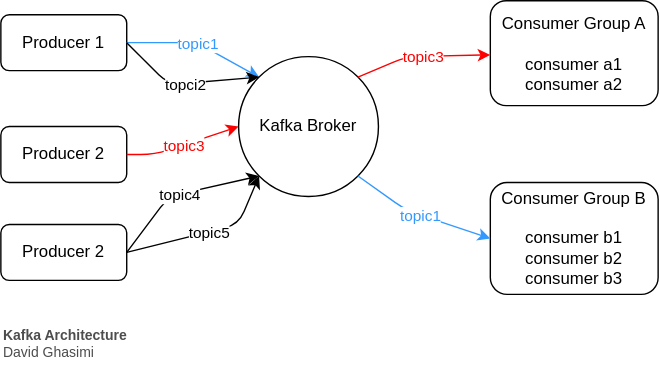
Above: kafka.drawio.svg in ghasimi/kafka (draw.io), before the change. Source tidied: cells renumbered, new cells last; positions are measured from the earlier drawing's top-left corner, leaving out a move shared by most shapes. Source of this version:
```xml
<mxGraphModel>
  <root>
    <mxCell id="0" />
    <mxCell id="1" parent="0" />
    <mxCell id="2" value="Producer 1" style="rounded=1;whiteSpace=wrap;html=1;" parent="1" vertex="1">
      <mxGeometry y="10" width="90" height="40" as="geometry" />
    </mxCell>
    <mxCell id="3" value="Producer 2" style="rounded=1;whiteSpace=wrap;html=1;" parent="1" vertex="1">
      <mxGeometry y="90" width="90" height="40" as="geometry" />
    </mxCell>
    <mxCell id="4" style="endArrow=classic;html=1;exitX=1;exitY=0.5;exitDx=0;exitDy=0;entryX=0;entryY=0;entryDx=0;entryDy=0;fillColor=#0050ef;strokeColor=#3399FF;" parent="1" edge="1" source="2" target="14">
      <mxGeometry relative="1" as="geometry">
        <Array as="points">
          <mxPoint x="140" y="30" />
        </Array>
      </mxGeometry>
    </mxCell>
    <mxCell id="5" value="topic1" style="edgeLabel;html=1;align=center;verticalAlign=middle;fontColor=#3399FF;" parent="4" vertex="1">
      <mxGeometry relative="1" as="geometry" />
    </mxCell>
    <mxCell id="6" style="endArrow=classic;html=1;exitX=1;exitY=0.5;exitDx=0;exitDy=0;entryX=0;entryY=0.5;entryDx=0;entryDy=0;strokeColor=#FF0000;" parent="1" edge="1" source="3" target="14">
      <mxGeometry relative="1" as="geometry">
        <Array as="points">
          <mxPoint x="110" y="110" />
        </Array>
      </mxGeometry>
    </mxCell>
    <mxCell id="7" value="topic3" style="edgeLabel;html=1;align=center;verticalAlign=middle;fontColor=#FF0000;" parent="6" vertex="1">
      <mxGeometry relative="1" as="geometry" />
    </mxCell>
    <mxCell id="8" style="endArrow=classic;html=1;exitX=1;exitY=0.5;exitDx=0;exitDy=0;entryX=0;entryY=0;entryDx=0;entryDy=0;" parent="1" edge="1" source="2" target="14">
      <mxGeometry relative="1" as="geometry">
        <Array as="points">
          <mxPoint x="120" y="60" />
        </Array>
      </mxGeometry>
    </mxCell>
    <mxCell id="9" value="topci2" style="edgeLabel;html=1;align=center;verticalAlign=middle;" parent="8" vertex="1">
      <mxGeometry relative="1" as="geometry" />
    </mxCell>
    <mxCell id="10" value="Consumer Group A&lt;br&gt;&lt;br&gt;consumer a1&lt;br&gt;consumer a2" style="rounded=1;whiteSpace=wrap;html=1;verticalAlign=middle;" parent="1" vertex="1">
      <mxGeometry x="350" width="120" height="75" as="geometry" />
    </mxCell>
    <mxCell id="11" value="Producer 2" style="rounded=1;whiteSpace=wrap;html=1;" parent="1" vertex="1">
      <mxGeometry y="160" width="90" height="40" as="geometry" />
    </mxCell>
    <mxCell id="12" style="endArrow=classic;html=1;entryX=0;entryY=1;entryDx=0;entryDy=0;" parent="1" edge="1" target="14">
      <mxGeometry relative="1" as="geometry">
        <mxPoint x="90" y="180" as="sourcePoint" />
        <Array as="points">
          <mxPoint x="120" y="140" />
        </Array>
      </mxGeometry>
    </mxCell>
    <mxCell id="13" value="topic4" style="edgeLabel;html=1;align=center;verticalAlign=middle;" parent="12" vertex="1">
      <mxGeometry relative="1" as="geometry" />
    </mxCell>
    <mxCell id="14" value="Kafka Broker" style="ellipse;whiteSpace=wrap;html=1;" parent="1" vertex="1">
      <mxGeometry x="170" y="40" width="100" height="100" as="geometry" />
    </mxCell>
    <mxCell id="15" style="endArrow=classic;html=1;entryX=0;entryY=1;entryDx=0;entryDy=0;exitX=1;exitY=0.5;exitDx=0;exitDy=0;" parent="1" edge="1" source="11" target="14">
      <mxGeometry relative="1" as="geometry">
        <Array as="points">
          <mxPoint x="170" y="160" />
        </Array>
      </mxGeometry>
    </mxCell>
    <mxCell id="16" value="topic5" style="edgeLabel;html=1;align=center;verticalAlign=middle;" parent="15" vertex="1">
      <mxGeometry relative="1" as="geometry" />
    </mxCell>
    <mxCell id="17" value="Consumer Group B&lt;br&gt;&lt;br&gt;consumer b1&lt;br&gt;consumer b2&lt;br&gt;consumer b3" style="rounded=1;whiteSpace=wrap;html=1;verticalAlign=middle;" parent="1" vertex="1">
      <mxGeometry x="350" y="130" width="120" height="80" as="geometry" />
    </mxCell>
    <mxCell id="18" style="endArrow=classic;html=1;exitX=1;exitY=0;exitDx=0;exitDy=0;strokeColor=#FF0000;" parent="1" edge="1" source="14" target="10">
      <mxGeometry relative="1" as="geometry">
        <Array as="points">
          <mxPoint x="290" y="40" />
        </Array>
      </mxGeometry>
    </mxCell>
    <mxCell id="19" value="topic3" style="edgeLabel;html=1;align=center;verticalAlign=middle;fontColor=#FF0000;" parent="18" vertex="1">
      <mxGeometry relative="1" as="geometry" />
    </mxCell>
    <mxCell id="20" style="endArrow=classic;html=1;exitX=1;exitY=1;exitDx=0;exitDy=0;entryX=0;entryY=0.5;entryDx=0;entryDy=0;strokeColor=#3399FF;" parent="1" edge="1" source="14" target="17">
      <mxGeometry relative="1" as="geometry">
        <Array as="points">
          <mxPoint x="290" y="150" />
        </Array>
      </mxGeometry>
    </mxCell>
    <mxCell id="21" value="topic1" style="edgeLabel;html=1;align=center;verticalAlign=middle;fontColor=#3399FF;" parent="20" vertex="1">
      <mxGeometry relative="1" as="geometry" />
    </mxCell>
    <mxCell id="22" value="&lt;b&gt;Kafka Architecture&lt;br&gt;&lt;/b&gt;David Ghasimi" style="text;html=1;strokeColor=none;fillColor=none;align=left;verticalAlign=middle;whiteSpace=wrap;rounded=0;fontColor=#4D4D4D;fontSize=10;" parent="1" vertex="1">
      <mxGeometry y="230" width="160" height="30" as="geometry" />
    </mxCell>
  </root>
</mxGraphModel>
```
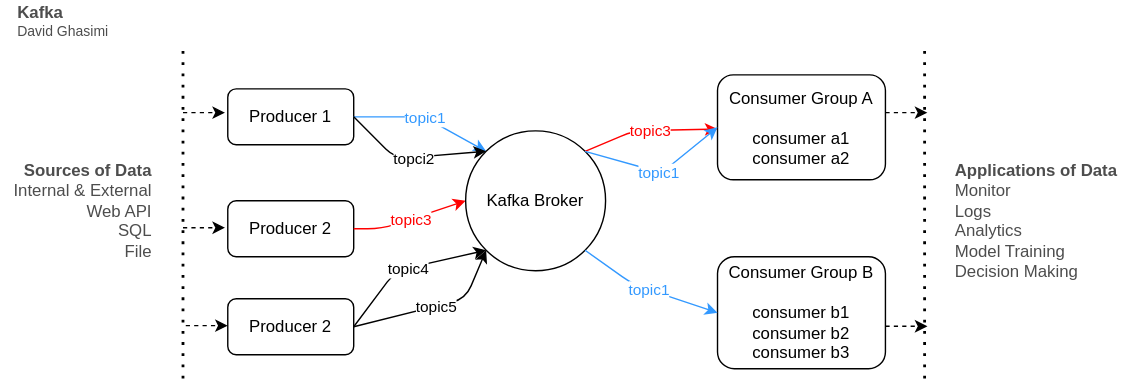
The same diagram one commit later.

Commit message:
Update kafka architecture diagram

Diff of the diagram source:
```diff
@@ -91,8 +91,65 @@
     <mxCell id="21" value="topic1" style="edgeLabel;html=1;align=center;verticalAlign=middle;fontColor=#3399FF;" parent="20" vertex="1">
       <mxGeometry relative="1" as="geometry" />
     </mxCell>
-    <mxCell id="22" value="&lt;b&gt;Kafka Architecture&lt;br&gt;&lt;/b&gt;David Ghasimi" style="text;html=1;strokeColor=none;fillColor=none;align=left;verticalAlign=middle;whiteSpace=wrap;rounded=0;fontColor=#4D4D4D;fontSize=10;" parent="1" vertex="1">
-      <mxGeometry y="230" width="160" height="30" as="geometry" />
+    <mxCell id="22" value="&lt;b style=&quot;font-size: 12px;&quot;&gt;Kafka&lt;br&gt;&lt;/b&gt;David Ghasimi" style="text;html=1;strokeColor=none;fillColor=none;align=left;verticalAlign=middle;whiteSpace=wrap;rounded=0;fontColor=#4D4D4D;fontSize=10;" parent="1" vertex="1">
+      <mxGeometry x="-152" y="-53" width="160" height="30" as="geometry" />
     </mxCell>
+    <mxCell id="23" style="endArrow=classic;html=1;exitX=1;exitY=0;exitDx=0;exitDy=0;entryX=0;entryY=0.5;entryDx=0;entryDy=0;fillColor=#0050ef;strokeColor=#3399FF;" parent="1" edge="1" source="14" target="10">
+      <mxGeometry relative="1" as="geometry">
+        <Array as="points">
+          <mxPoint x="310" y="70" />
+        </Array>
+      </mxGeometry>
+    </mxCell>
+    <mxCell id="24" value="topic1" style="edgeLabel;html=1;align=center;verticalAlign=middle;fontColor=#3399FF;" parent="23" vertex="1">
+      <mxGeometry relative="1" as="geometry" />
+    </mxCell>
+    <mxCell id="25" style="endArrow=none;dashed=1;html=1;dashPattern=1 3;strokeWidth=2;" parent="1" edge="1">
+      <mxGeometry relative="1" as="geometry">
+        <mxPoint x="-32" y="217" as="sourcePoint" />
+        <mxPoint x="-32" y="-23" as="targetPoint" />
+      </mxGeometry>
+    </mxCell>
+    <mxCell id="26" value="&lt;b style=&quot;font-size: 12px;&quot;&gt;Sources of Data&lt;br style=&quot;font-size: 12px;&quot;&gt;&lt;/b&gt;Internal &amp;amp; External&lt;br style=&quot;font-size: 12px;&quot;&gt;Web API&lt;br style=&quot;font-size: 12px;&quot;&gt;SQL&lt;br style=&quot;font-size: 12px;&quot;&gt;File" style="text;html=1;strokeColor=none;fillColor=none;align=right;verticalAlign=top;whiteSpace=wrap;rounded=0;fontSize=12;fontColor=#4D4D4D;" parent="1" vertex="1">
+      <mxGeometry x="-162" y="55" width="110" height="110" as="geometry" />
+    </mxCell>
+    <mxCell id="27" style="endArrow=none;dashed=1;html=1;dashPattern=1 3;strokeWidth=2;" parent="1" edge="1">
+      <mxGeometry relative="1" as="geometry">
+        <mxPoint x="498" y="217" as="sourcePoint" />
+        <mxPoint x="498" y="-23" as="targetPoint" />
+      </mxGeometry>
+    </mxCell>
+    <mxCell id="28" value="&lt;b style=&quot;font-size: 12px;&quot;&gt;Applications of Data&lt;br style=&quot;font-size: 12px;&quot;&gt;&lt;/b&gt;Monitor&lt;br style=&quot;font-size: 12px;&quot;&gt;Logs&lt;br style=&quot;font-size: 12px;&quot;&gt;Analytics&lt;br style=&quot;font-size: 12px;&quot;&gt;Model Training&lt;br style=&quot;font-size: 12px;&quot;&gt;Decision Making" style="text;html=1;strokeColor=none;fillColor=none;align=left;verticalAlign=top;whiteSpace=wrap;rounded=0;fontSize=12;fontColor=#4D4D4D;" parent="1" vertex="1">
+      <mxGeometry x="518" y="55" width="120" height="48" as="geometry" />
+    </mxCell>
+    <mxCell id="29" style="endArrow=classic;startArrow=none;html=1;entryX=-0.022;entryY=0.425;entryDx=0;entryDy=0;entryPerimeter=0;startFill=0;dashed=1;" parent="1" edge="1" target="2">
+      <mxGeometry relative="1" as="geometry">
+        <mxPoint x="-32" y="27" as="sourcePoint" />
+      </mxGeometry>
+    </mxCell>
+    <mxCell id="30" style="endArrow=classic;startArrow=none;html=1;entryX=-0.022;entryY=0.425;entryDx=0;entryDy=0;entryPerimeter=0;startFill=0;dashed=1;" parent="1" edge="1">
+      <mxGeometry relative="1" as="geometry">
+        <mxPoint x="-32" y="109.2" as="sourcePoint" />
+        <mxPoint x="-2" y="109.2" as="targetPoint" />
+      </mxGeometry>
+    </mxCell>
+    <mxCell id="31" style="endArrow=classic;startArrow=none;html=1;entryX=-0.022;entryY=0.425;entryDx=0;entryDy=0;entryPerimeter=0;startFill=0;dashed=1;" parent="1" edge="1">
+      <mxGeometry relative="1" as="geometry">
+        <mxPoint x="-30" y="179.2" as="sourcePoint" />
+        <mxPoint y="179.2" as="targetPoint" />
+      </mxGeometry>
+    </mxCell>
+    <mxCell id="32" style="endArrow=classic;startArrow=none;html=1;entryX=-0.022;entryY=0.425;entryDx=0;entryDy=0;entryPerimeter=0;startFill=0;dashed=1;" parent="1" edge="1">
+      <mxGeometry relative="1" as="geometry">
+        <mxPoint x="470" y="179.7" as="sourcePoint" />
+        <mxPoint x="500" y="179.7" as="targetPoint" />
+      </mxGeometry>
+    </mxCell>
+    <mxCell id="33" style="endArrow=classic;startArrow=none;html=1;entryX=-0.022;entryY=0.425;entryDx=0;entryDy=0;entryPerimeter=0;startFill=0;dashed=1;" parent="1" edge="1">
+      <mxGeometry relative="1" as="geometry">
+        <mxPoint x="470" y="27" as="sourcePoint" />
+        <mxPoint x="500" y="27" as="targetPoint" />
+      </mxGeometry>
+    </mxCell>
   </root>
 </mxGraphModel>
```
